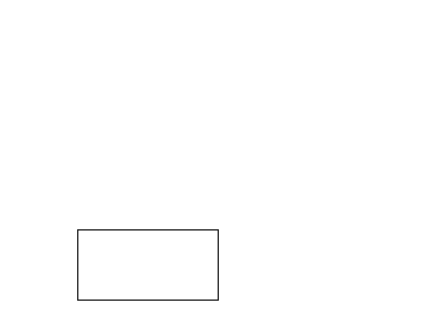
This is work/未命名绘图.drawio from coder-yan/drawio, a draw.io file, before an edit. Source tidied: cells renumbered, new cells numbered last; positions are measured from the earlier drawing's top-left corner, leaving out a move shared by most shapes. Both pictures are drawn from the tidied source at 117%, with x=0, y=0 at pixel (77, 229).
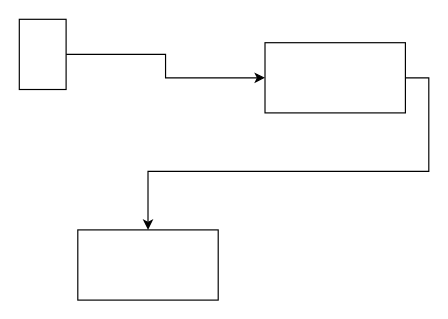
After the change.

Commit message:
更新未命名绘图.drawio

Diff of the diagram source:
```diff
@@
 <mxGraphModel>
   <root>
     <mxCell id="0" />
     <mxCell id="1" parent="0" />
     <mxCell id="2" style="rounded=0;whiteSpace=wrap;html=1;" parent="1" vertex="1">
       <mxGeometry width="120" height="60" as="geometry" />
     </mxCell>
+    <mxCell id="3" style="edgeStyle=orthogonalEdgeStyle;rounded=0;jettySize=auto;html=1;entryX=0;entryY=0.5;entryDx=0;entryDy=0;" parent="1" edge="1" source="4" target="6">
+      <mxGeometry relative="1" as="geometry" />
+    </mxCell>
+    <mxCell id="4" style="rounded=0;whiteSpace=wrap;html=1;" parent="1" vertex="1">
+      <mxGeometry x="-50" y="-180" width="40" height="60" as="geometry" />
+    </mxCell>
+    <mxCell id="5" style="edgeStyle=orthogonalEdgeStyle;rounded=0;jettySize=auto;html=1;exitX=1;exitY=0.5;exitDx=0;exitDy=0;" parent="1" edge="1" source="6" target="2">
+      <mxGeometry relative="1" as="geometry" />
+    </mxCell>
+    <mxCell id="6" style="rounded=0;whiteSpace=wrap;html=1;" parent="1" vertex="1">
+      <mxGeometry x="160" y="-160" width="120" height="60" as="geometry" />
+    </mxCell>
   </root>
 </mxGraphModel>
```
